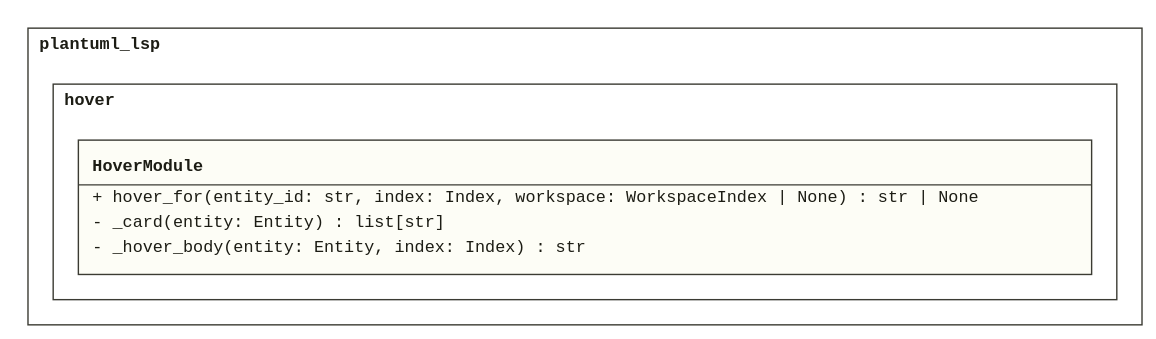
Before: doc/assets/CL_Hover.svg, a diagram exported from PlantUML (derivasoftware/plantuml-lsp). Its source is kept beside it as design/lld/plantuml_lsp/CL_Hover.puml. Its diagram source:
```plantuml
@startuml CL_Hover

!startsub HoverModule

namespace plantuml_lsp.hover {
  class "<<module>>" as HoverModule {
    + hover_for(entity_id: str, index: Index, workspace: WorkspaceIndex | None) : str | None
    - _card(entity: Entity) : list[str]
    - _hover_body(entity: Entity, index: Index) : str
  }
  HoverModule ..> plantuml_lsp.index.Index
  HoverModule ..> plantuml_lsp.workspace.WorkspaceIndex
}

!endsub

@enduml
```
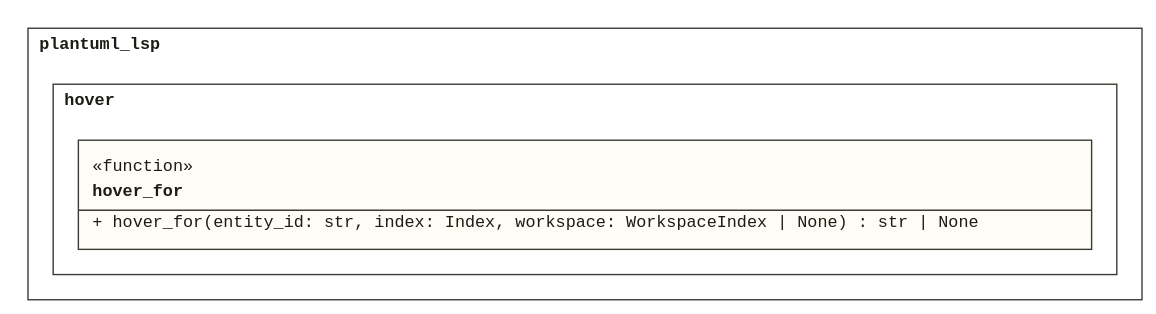
The same file after the commit.

Change to the diagram source:
```diff
@@ -3,13 +3,9 @@
 !startsub HoverModule
 
 namespace plantuml_lsp.hover {
-  class "<<module>>" as HoverModule {
+  class hover_for <<function>> {
     + hover_for(entity_id: str, index: Index, workspace: WorkspaceIndex | None) : str | None
-    - _card(entity: Entity) : list[str]
-    - _hover_body(entity: Entity, index: Index) : str
   }
-  HoverModule ..> plantuml_lsp.index.Index
-  HoverModule ..> plantuml_lsp.workspace.WorkspaceIndex
 }
 
 !endsub
```
